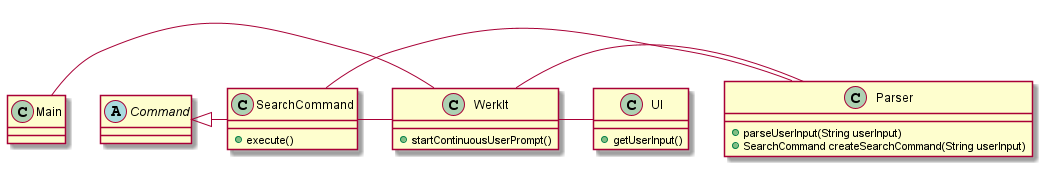
Above: docs/uml/classDiagrams/images/SearchClass.png in nus-cs2113-AY2122S2/tp (PlantUML), before the change.
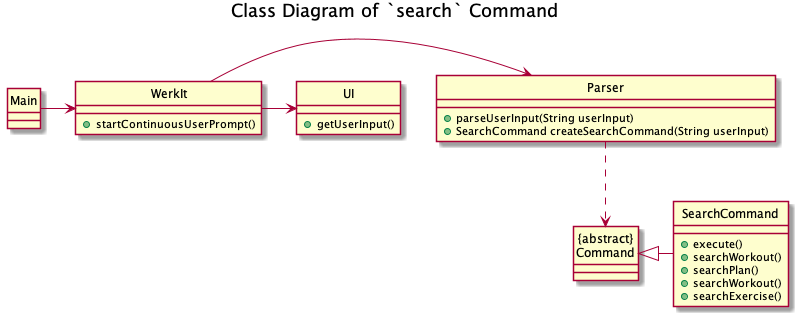
The same diagram one commit later.

Diff of the diagram source:
```diff
@@ -1,18 +1,17 @@
 @startuml
+hide circle
+title Class Diagram of `search` Command
+Main -> WerkIt
+WerkIt -> Parser
+WerkIt -> UI
+"{abstract}\nCommand" <|- SearchCommand
 
-Main - WerkIt
-WerkIt - Parser
-WerkIt - UI
-Command <|- SearchCommand
-SearchCommand - Parser
-SearchCommand - WerkIt
+
+Parser ..> "{abstract}\nCommand"
 class WerkIt {
 + startContinuousUserPrompt()
 }
 
-abstract Command {
-
-}
 
 class Main {
 
@@ -20,6 +19,10 @@
 
 class SearchCommand {
 + execute()
++ searchWorkout()
++ searchPlan()
++ searchWorkout()
++ searchExercise()
 }
 
 class UI {
```
